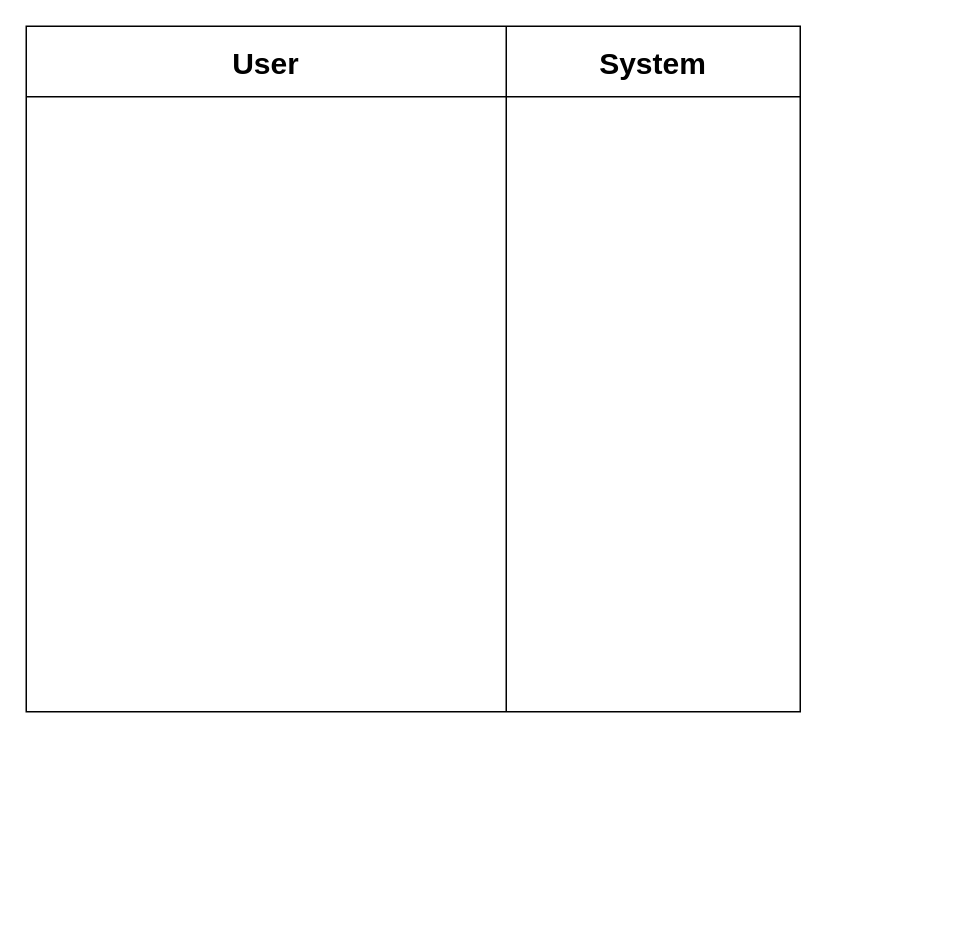
Above: page "Activity Case Model" (3 of 3) of rpl/tugas1/uml.drawio in Rizqirazkafi/kuliah-y2 (draw.io), before the change. Source tidied: cells renumbered, new cells numbered last; positions are measured from the earlier drawing's top-left corner, leaving out a move shared by most shapes. Both pictures are drawn from the tidied source at 150%, with x=0, y=0 at pixel (26, 26).
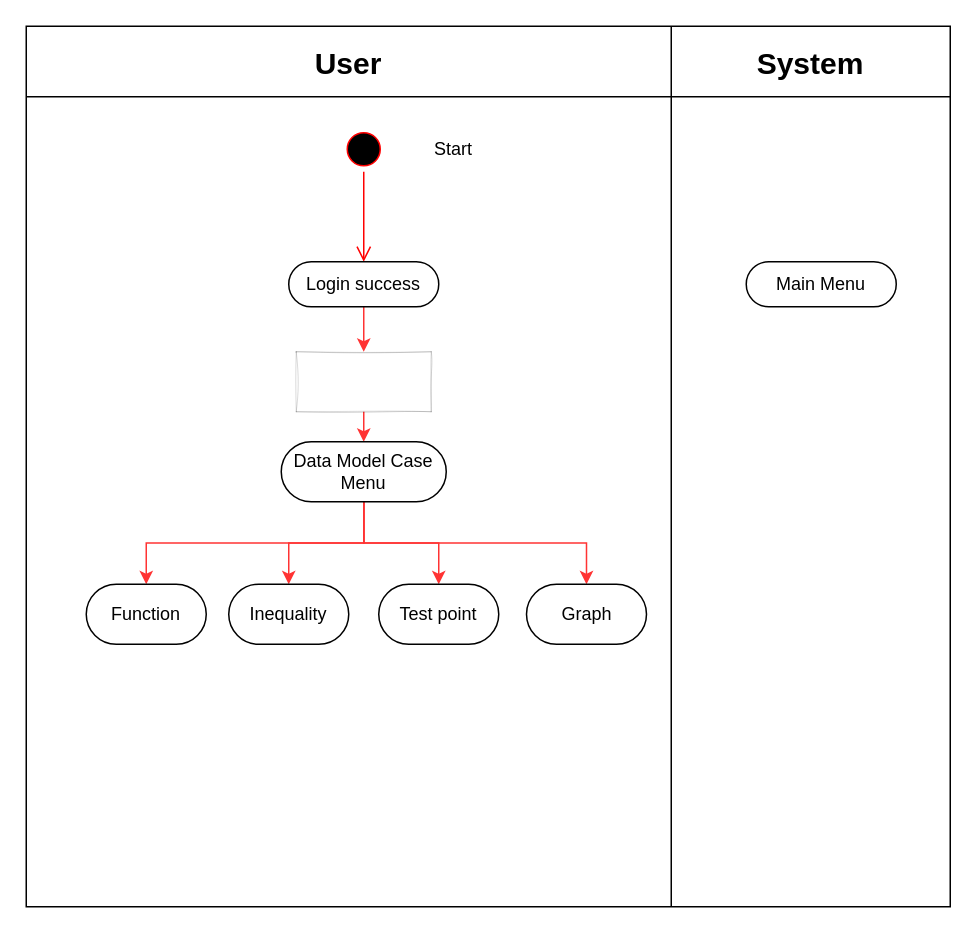
Above is the later version.

The edit, as a diff of the source:
```diff
@@
     <mxCell id="2" style="shape=table;startSize=0;childLayout=tableLayout;rounded=0;" parent="1" vertex="1">
-      <mxGeometry width="516" height="457" as="geometry" />
+      <mxGeometry width="616" height="587" as="geometry" />
     </mxCell>
     <mxCell id="3" style="shape=partialRectangle;fillColor=none;top=0;left=0;bottom=0;right=0;" parent="2" vertex="1">
-      <mxGeometry width="516" height="47" as="geometry" />
+      <mxGeometry width="616" height="47" as="geometry" />
     </mxCell>
     <mxCell id="4" value="&lt;font style=&quot;font-size: 20px&quot;&gt;&lt;b&gt;User&lt;/b&gt;&lt;/font&gt;" style="shape=partialRectangle;html=1;whiteSpace=wrap;overflow=hidden;fillColor=none;top=0;left=0;bottom=0;right=0;" parent="3" vertex="1">
-      <mxGeometry width="320" height="47" as="geometry" />
+      <mxGeometry width="430" height="47" as="geometry" />
     </mxCell>
     <mxCell id="5" value="&lt;font size=&quot;1&quot;&gt;&lt;b style=&quot;font-size: 20px&quot;&gt;System&lt;/b&gt;&lt;/font&gt;" style="shape=partialRectangle;html=1;whiteSpace=wrap;overflow=hidden;fillColor=none;top=0;left=0;bottom=0;right=0;" parent="3" vertex="1">
-      <mxGeometry x="320" width="196" height="47" as="geometry" />
+      <mxGeometry x="430" width="186" height="47" as="geometry" />
     </mxCell>
     <mxCell id="6" style="shape=partialRectangle;fillColor=none;top=0;left=0;bottom=0;right=0;" parent="2" vertex="1">
-      <mxGeometry y="47" width="516" height="410" as="geometry" />
+      <mxGeometry y="47" width="616" height="540" as="geometry" />
     </mxCell>
     <mxCell id="7" style="shape=partialRectangle;html=1;whiteSpace=wrap;overflow=hidden;fillColor=none;top=0;left=0;bottom=0;right=0;" parent="6" vertex="1">
-      <mxGeometry width="320" height="410" as="geometry" />
+      <mxGeometry width="430" height="540" as="geometry" />
     </mxCell>
     <mxCell id="8" style="shape=partialRectangle;html=1;whiteSpace=wrap;overflow=hidden;fillColor=none;top=0;left=0;bottom=0;right=0;" parent="6" vertex="1">
-      <mxGeometry x="320" width="196" height="410" as="geometry" />
+      <mxGeometry x="430" width="186" height="540" as="geometry" />
     </mxCell>
+    <mxCell id="9" style="ellipse;html=1;shape=startState;fillColor=#000000;strokeColor=#ff0000;" parent="1" vertex="1">
+      <mxGeometry x="210" y="67" width="30" height="30" as="geometry" />
+    </mxCell>
+    <mxCell id="10" style="edgeStyle=orthogonalEdgeStyle;html=1;verticalAlign=bottom;endArrow=open;endSize=8;strokeColor=#ff0000;rounded=0;entryX=0.5;entryY=0;entryDx=0;entryDy=0;" parent="1" edge="1" source="9" target="13">
+      <mxGeometry relative="1" as="geometry" />
+    </mxCell>
+    <mxCell id="11" value="Start" style="text;html=1;strokeColor=none;fillColor=none;align=center;verticalAlign=middle;whiteSpace=wrap;rounded=0;" parent="1" vertex="1">
+      <mxGeometry x="255" y="67" width="60" height="30" as="geometry" />
+    </mxCell>
+    <mxCell id="12" style="edgeStyle=orthogonalEdgeStyle;rounded=0;jettySize=auto;html=1;exitX=0.5;exitY=1;exitDx=0;exitDy=0;strokeColor=#FF3333;" parent="1" edge="1" source="13" target="16">
+      <mxGeometry relative="1" as="geometry" />
+    </mxCell>
+    <mxCell id="13" value="Login success" style="rounded=1;whiteSpace=wrap;html=1;arcSize=50;" parent="1" vertex="1">
+      <mxGeometry x="175" y="157" width="100" height="30" as="geometry" />
+    </mxCell>
+    <mxCell id="14" value="Main Menu" style="rounded=1;whiteSpace=wrap;html=1;arcSize=50;" parent="1" vertex="1">
+      <mxGeometry x="480" y="157" width="100" height="30" as="geometry" />
+    </mxCell>
+    <mxCell id="15" style="edgeStyle=orthogonalEdgeStyle;rounded=0;jettySize=auto;html=1;exitX=0.5;exitY=1;exitDx=0;exitDy=0;entryX=0.5;entryY=0;entryDx=0;entryDy=0;strokeColor=#FF3333;" parent="1" edge="1" source="16" target="21">
+      <mxGeometry relative="1" as="geometry" />
+    </mxCell>
+    <mxCell id="16" style="rounded=0;whiteSpace=wrap;html=1;gradientColor=none;gradientDirection=east;fillColor=#000000;sketch=1;glass=0;strokeWidth=0;perimeterSpacing=0;" parent="1" vertex="1">
+      <mxGeometry x="180" y="217" width="90" height="40" as="geometry" />
+    </mxCell>
+    <mxCell id="17" style="edgeStyle=orthogonalEdgeStyle;rounded=0;jettySize=auto;html=1;exitX=0.5;exitY=1;exitDx=0;exitDy=0;entryX=0.5;entryY=0;entryDx=0;entryDy=0;strokeColor=#FF3333;" parent="1" edge="1" source="21" target="23">
+      <mxGeometry relative="1" as="geometry" />
+    </mxCell>
+    <mxCell id="18" style="edgeStyle=orthogonalEdgeStyle;rounded=0;jettySize=auto;html=1;exitX=0.5;exitY=1;exitDx=0;exitDy=0;entryX=0.5;entryY=0;entryDx=0;entryDy=0;strokeColor=#FF3333;" parent="1" edge="1" source="21" target="25">
+      <mxGeometry relative="1" as="geometry" />
+    </mxCell>
+    <mxCell id="19" style="edgeStyle=orthogonalEdgeStyle;rounded=0;jettySize=auto;html=1;exitX=0.5;exitY=1;exitDx=0;exitDy=0;entryX=0.5;entryY=0;entryDx=0;entryDy=0;strokeColor=#FF3333;" parent="1" edge="1" source="21" target="24">
+      <mxGeometry relative="1" as="geometry" />
+    </mxCell>
+    <mxCell id="20" style="edgeStyle=orthogonalEdgeStyle;rounded=0;jettySize=auto;html=1;exitX=0.5;exitY=1;exitDx=0;exitDy=0;entryX=0.5;entryY=0;entryDx=0;entryDy=0;strokeColor=#FF3333;" parent="1" edge="1" source="21" target="22">
+      <mxGeometry relative="1" as="geometry" />
+    </mxCell>
+    <mxCell id="21" value="Data Model Case Menu" style="rounded=1;whiteSpace=wrap;html=1;arcSize=50;" parent="1" vertex="1">
+      <mxGeometry x="170" y="277" width="110" height="40" as="geometry" />
+    </mxCell>
+    <mxCell id="22" value="Function" style="rounded=1;whiteSpace=wrap;html=1;arcSize=50;" parent="1" vertex="1">
+      <mxGeometry x="40" y="372" width="80" height="40" as="geometry" />
+    </mxCell>
+    <mxCell id="23" value="Inequality" style="rounded=1;whiteSpace=wrap;html=1;arcSize=50;" parent="1" vertex="1">
+      <mxGeometry x="135" y="372" width="80" height="40" as="geometry" />
+    </mxCell>
+    <mxCell id="24" value="Graph" style="rounded=1;whiteSpace=wrap;html=1;arcSize=50;" parent="1" vertex="1">
+      <mxGeometry x="333.5" y="372" width="80" height="40" as="geometry" />
+    </mxCell>
+    <mxCell id="25" value="Test point" style="rounded=1;whiteSpace=wrap;html=1;arcSize=50;" parent="1" vertex="1">
+      <mxGeometry x="235" y="372" width="80" height="40" as="geometry" />
+    </mxCell>
```
